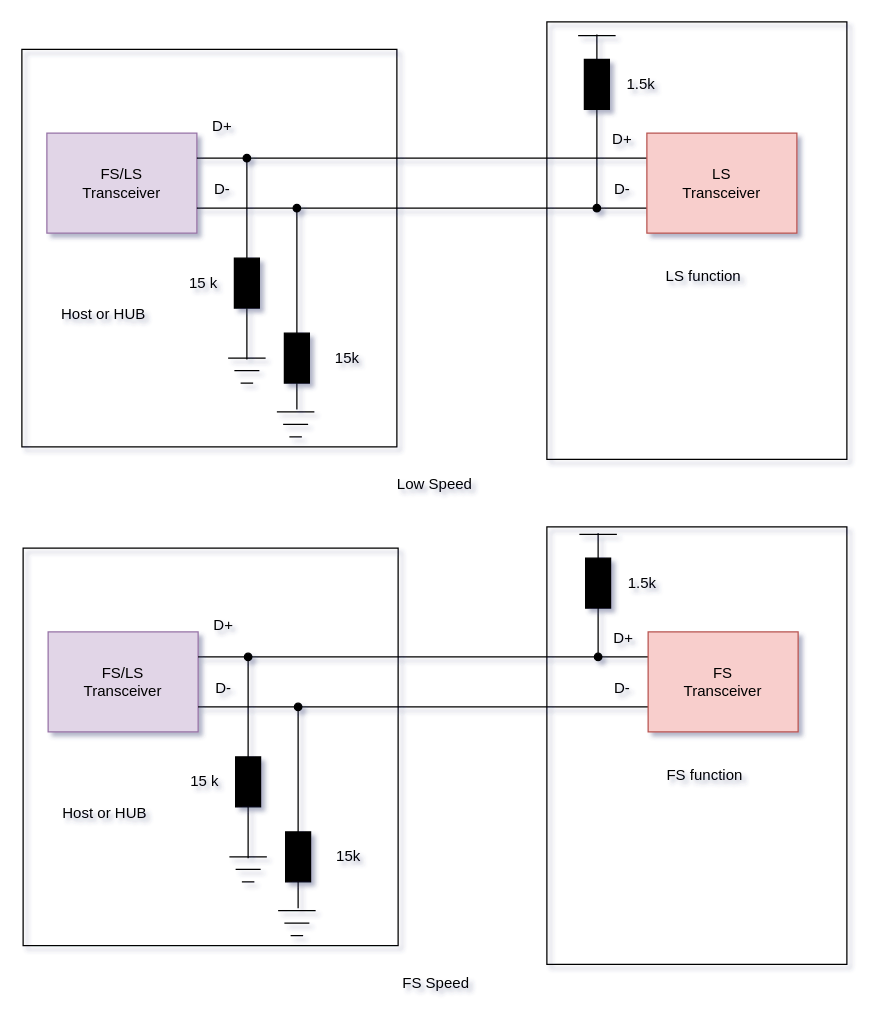
The draw.io diagram page "第 10 页" (10 of 13) of USB 控制器与 phy.drawio in Vinson-001/Blog-flow-chart, before the edit. Source tidied: cells renumbered, new cells numbered last; positions are measured from the earlier drawing's top-left corner, leaving out a move shared by most shapes. Both pictures are drawn from the tidied source at 125%, with x=0, y=0 at pixel (21, 21).
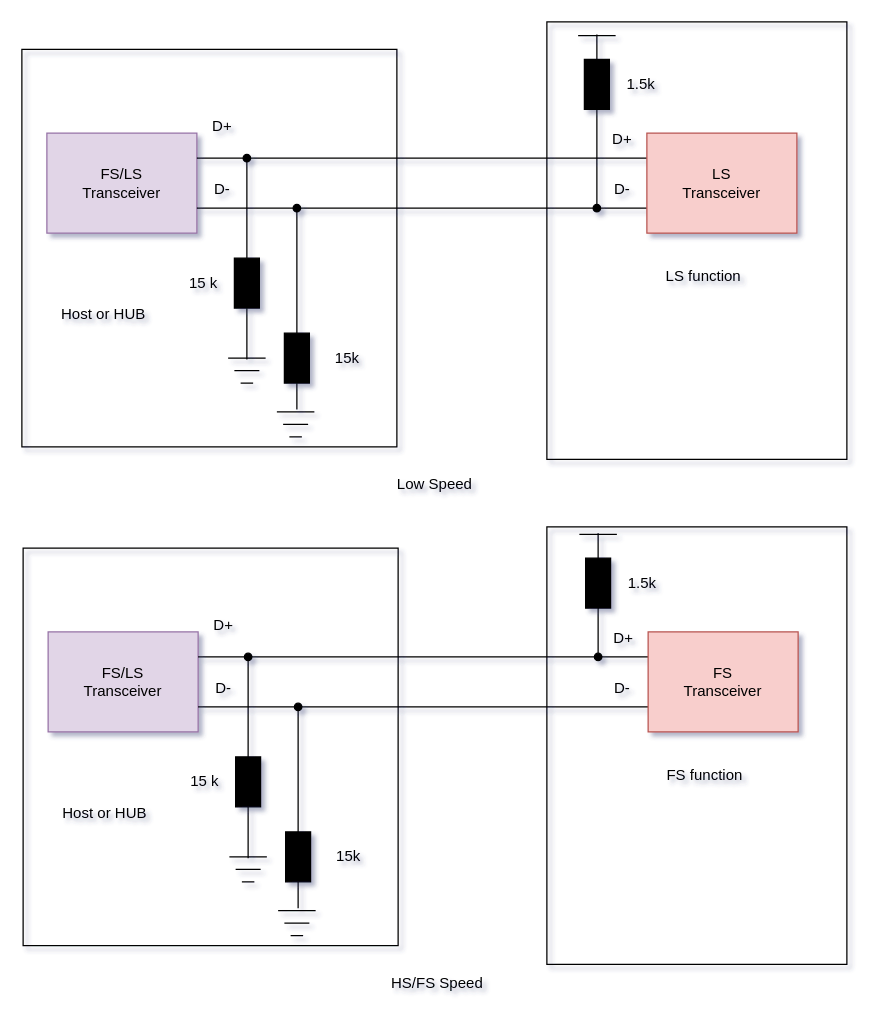
After the change.

Commit message:
更新USB 控制器与 phy.drawio

What changed in the source:
```diff
@@
-    <mxCell id="70" value="FS Speed" style="text;html=1;align=center;verticalAlign=middle;strokeColor=none;fillColor=none;" parent="1" vertex="1">
-      <mxGeometry x="291" y="754" width="80" height="30" as="geometry" />
+    <mxCell id="70" value="HS/FS Speed" style="text;html=1;align=center;verticalAlign=middle;strokeColor=none;fillColor=none;" parent="1" vertex="1">
+      <mxGeometry x="286" y="756" width="91" height="26" as="geometry" />
     </mxCell>
```
